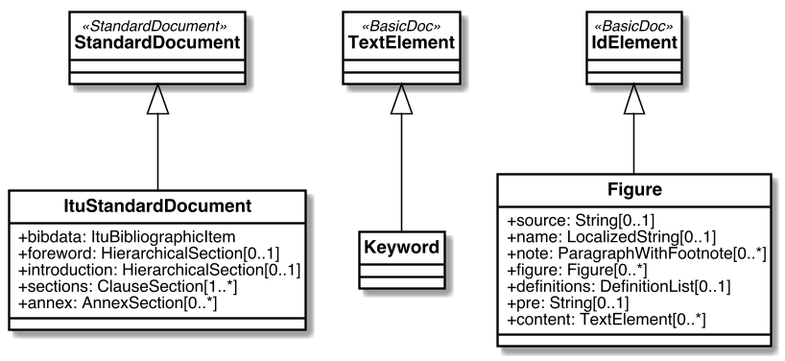
Earlier version of the PlantUML export itu/images/ItuStandardDocument.png (metanorma/standoc-models).
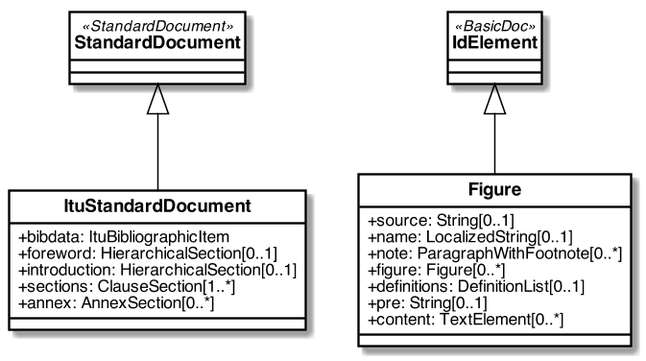
Above is the later version.

Change to the diagram source:
```diff
@@ -54,14 +54,6 @@
 }
 
 
-class TextElement <<BasicDoc>>{
-
-}
-
-class Keyword {
-
-}
-
 class IdElement <<BasicDoc>>{
 
 }
@@ -81,8 +73,6 @@
 
 StandardDocument <|-- ItuStandardDocument
 
-TextElement <|-- Keyword
-
 IdElement <|-- Figure
 
 @enduml
```
